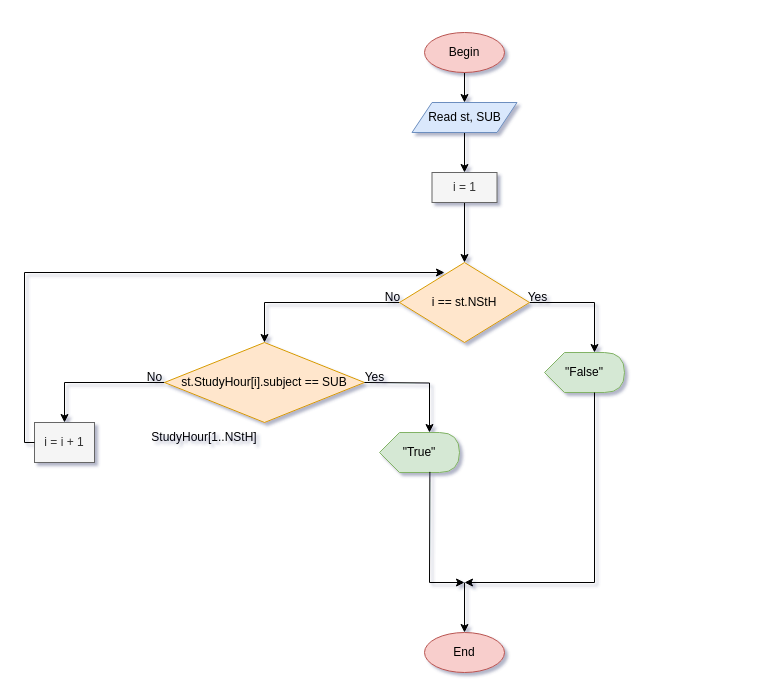
Before: Student_subject.drawio in omomot/ISC_proj2, a draw.io diagram. Source tidied: cells renumbered, new cells numbered last; positions are measured from the earlier drawing's top-left corner, leaving out a move shared by most shapes. Both pictures are drawn from the tidied source at 100%, with x=0, y=0 at pixel (24, 32).
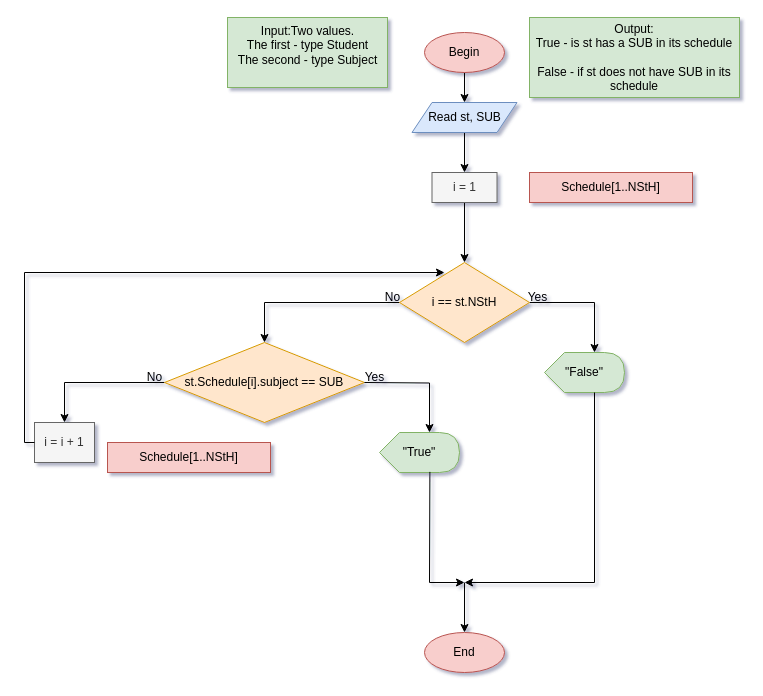
The same page after the edit.

Diff of the diagram source:
```diff
@@
-    <mxCell id="14" value="st.StudyHour[i].subject == SUB" style="rhombus;whiteSpace=wrap;html=1;fillColor=#ffe6cc;strokeColor=#d79b00;" parent="1" vertex="1">
+    <mxCell id="14" value="st.Schedule[i].subject == SUB" style="rhombus;whiteSpace=wrap;html=1;fillColor=#ffe6cc;strokeColor=#d79b00;" parent="1" vertex="1">
       <mxGeometry x="140" y="310" width="200" height="80" as="geometry" />
     </mxCell>
@@
-    <mxCell id="26" value="StudyHour[1..NStH]" style="text;html=1;strokeColor=none;fillColor=none;align=center;verticalAlign=middle;whiteSpace=wrap;rounded=0;" parent="1" vertex="1">
-      <mxGeometry x="150" y="390" width="60" height="30" as="geometry" />
+    <mxCell id="26" value="Schedule[1..NStH]" style="text;html=1;strokeColor=#b85450;fillColor=#f8cecc;align=center;verticalAlign=middle;whiteSpace=wrap;rounded=0;" parent="1" vertex="1">
+      <mxGeometry x="83" y="410" width="163" height="30" as="geometry" />
     </mxCell>
+    <mxCell id="27" value="&lt;div&gt;Input:Two values. &lt;br&gt;&lt;/div&gt;&lt;div&gt;The first - type Student&lt;/div&gt;&lt;div&gt;The second - type Subject&lt;br&gt;&lt;/div&gt;&lt;div&gt;&lt;br&gt;&lt;/div&gt;" style="text;html=1;align=center;verticalAlign=middle;strokeColor=#82b366;fillColor=#d5e8d4;" parent="1" vertex="1">
+      <mxGeometry x="203" y="-15" width="160" height="70" as="geometry" />
+    </mxCell>
+    <mxCell id="28" value="&lt;div&gt;Output:&lt;/div&gt;&lt;div&gt;True - is st has a SUB in its schedule&lt;br&gt;&lt;/div&gt;&lt;div&gt;&lt;br&gt;&lt;/div&gt;&lt;div&gt;False - if st does not have SUB in its schedule&lt;br&gt;&lt;/div&gt;" style="text;html=1;strokeColor=#82b366;fillColor=#d5e8d4;align=center;verticalAlign=middle;whiteSpace=wrap;rounded=0;" parent="1" vertex="1">
+      <mxGeometry x="505" y="-15" width="210" height="80" as="geometry" />
+    </mxCell>
+    <mxCell id="29" value="Schedule[1..NStH]" style="text;html=1;strokeColor=#b85450;fillColor=#f8cecc;align=center;verticalAlign=middle;whiteSpace=wrap;rounded=0;" parent="1" vertex="1">
+      <mxGeometry x="505" y="140" width="163" height="30" as="geometry" />
+    </mxCell>
```
